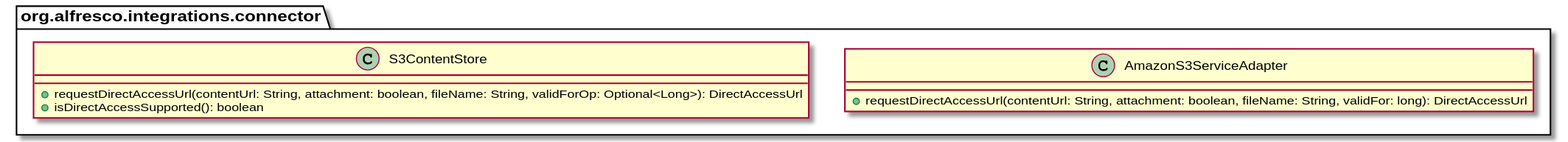
Above: docs/images/dau-design-doc-class-diagram-s3-connector-1.svg in Alfresco/acs-packaging (PlantUML), before the change. Its diagram source:
```plantuml
@startuml
package org.alfresco.integrations.connector {
    class AmazonS3ServiceAdapter {
        +requestDirectAccessUrl(contentUrl: String, attachment: boolean, fileName: String, validFor: long): DirectAccessUrl
    }

    class S3ContentStore {
        +requestDirectAccessUrl(contentUrl: String, attachment: boolean, fileName: String, validForOp: Optional<Long>): DirectAccessUrl
        +isDirectAccessSupported(): boolean
    }
}
@enduml
```
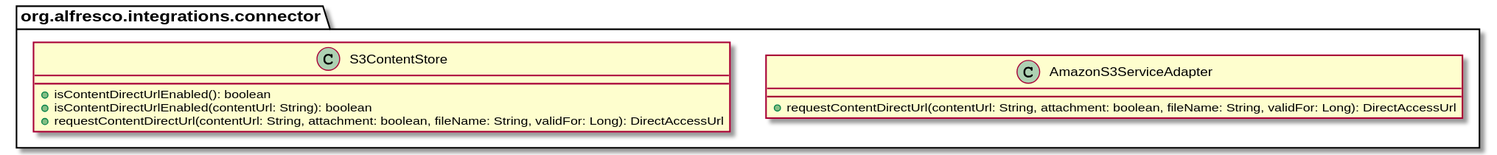
The same file after the commit.

Commit message:
ACS-595 Direct Access URLs design document [skip ci]

Change to the diagram source:
```diff
@@ -1,12 +1,13 @@
 @startuml
 package org.alfresco.integrations.connector {
     class AmazonS3ServiceAdapter {
-        +requestDirectAccessUrl(contentUrl: String, attachment: boolean, fileName: String, validFor: long): DirectAccessUrl
+        +requestContentDirectUrl(contentUrl: String, attachment: boolean, fileName: String, validFor: Long): DirectAccessUrl
     }
 
     class S3ContentStore {
-        +requestDirectAccessUrl(contentUrl: String, attachment: boolean, fileName: String, validForOp: Optional<Long>): DirectAccessUrl
-        +isDirectAccessSupported(): boolean
+        +isContentDirectUrlEnabled(): boolean
+        +isContentDirectUrlEnabled(contentUrl: String): boolean
+        +requestContentDirectUrl(contentUrl: String, attachment: boolean, fileName: String, validFor: Long): DirectAccessUrl
     }
 }
 @enduml
```
